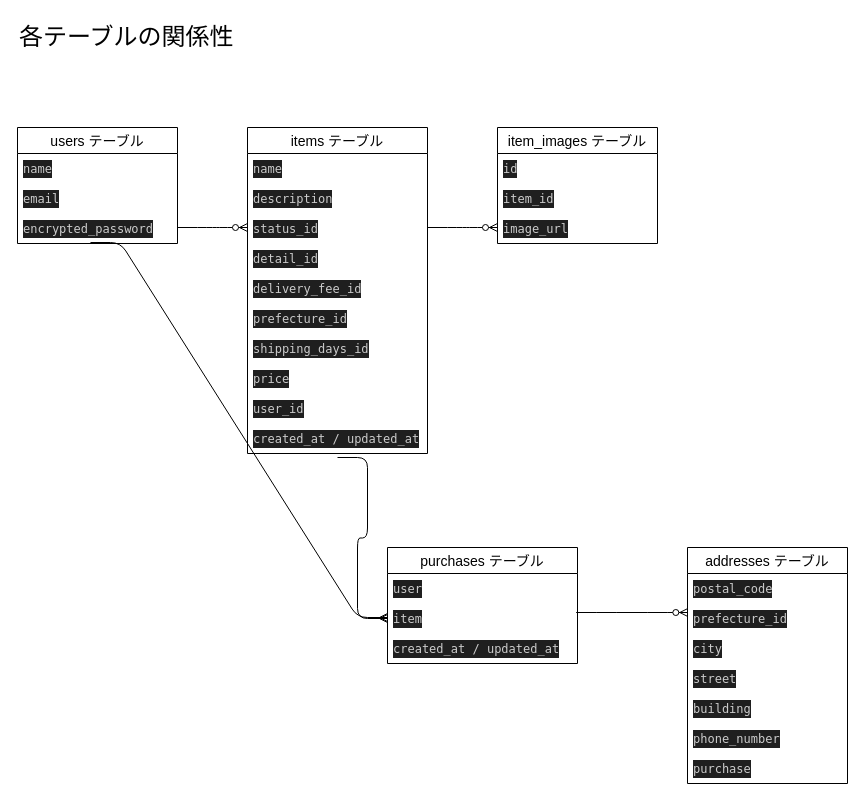
taniguuuuuuuu/furima-42543 keeps this draw.io diagram as ED.dio. Above is the earlier version. Source tidied: cells renumbered, new cells numbered last; positions are measured from the earlier drawing's top-left corner, leaving out a move shared by most shapes. Both pictures are drawn from the tidied source at 100%, with x=0, y=0 at pixel (17, 17).
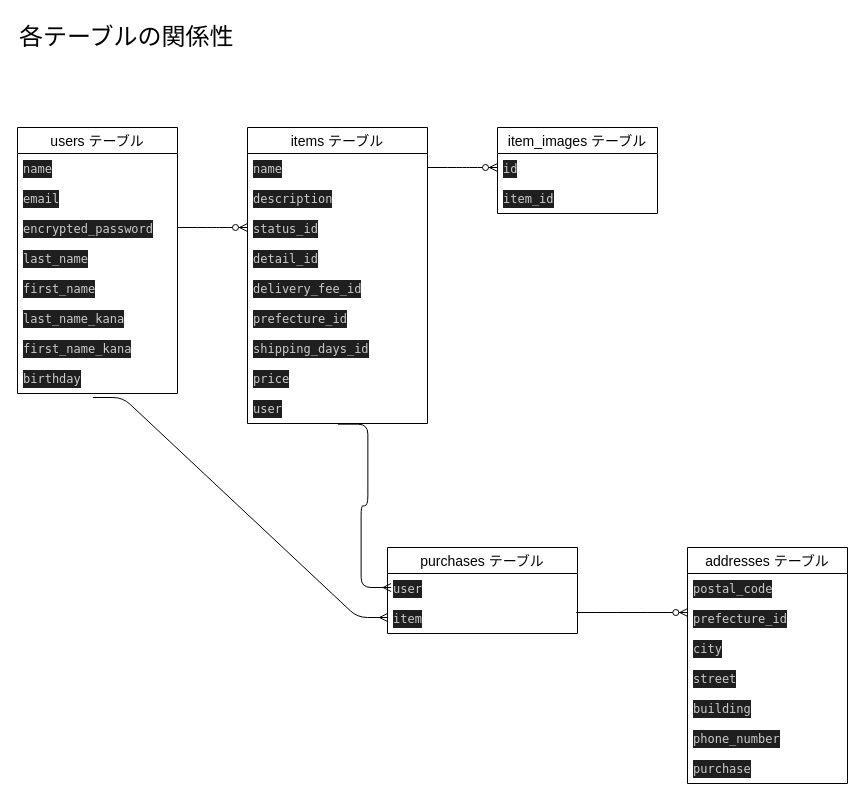
The same page after the edit.

Commit message:
データベース設計修正③

The change refers to these unchanged cells:
```xml
<mxCell id="6" value="&lt;div style=&quot;color: rgb(204, 204, 204); background-color: rgb(31, 31, 31); font-family: Menlo, Monaco, &amp;quot;Courier New&amp;quot;, monospace; line-height: 18px; white-space: pre;&quot;&gt;&lt;span style=&quot;color: #cccccc;&quot;&gt;encrypted_password&lt;/span&gt;&lt;/div&gt;" style="text;strokeColor=none;fillColor=none;spacingLeft=4;spacingRight=4;overflow=hidden;points=[[0,0.5],[1,0.5]];portConstraint=eastwest;fontSize=12;whiteSpace=wrap;html=1;" parent="3" vertex="1">
  <mxGeometry y="86" width="160" height="30" as="geometry" />
</mxCell>
<mxCell id="26" value="&lt;div style=&quot;color: rgb(204, 204, 204); background-color: rgb(31, 31, 31); font-family: Menlo, Monaco, &amp;quot;Courier New&amp;quot;, monospace; line-height: 18px; white-space: pre;&quot;&gt;&lt;div style=&quot;color: rgb(204, 204, 204); line-height: 18px;&quot;&gt;&lt;span style=&quot;color: #cccccc;&quot;&gt;user&lt;/span&gt;&lt;/div&gt;&lt;/div&gt;" style="text;strokeColor=none;fillColor=none;spacingLeft=4;spacingRight=4;overflow=hidden;points=[[0,0.5],[1,0.5]];portConstraint=eastwest;fontSize=12;whiteSpace=wrap;html=1;" parent="25" vertex="1">
  <mxGeometry y="26" width="190" height="30" as="geometry" />
</mxCell>
<mxCell id="27" value="&lt;div style=&quot;color: rgb(204, 204, 204); background-color: rgb(31, 31, 31); font-family: Menlo, Monaco, &amp;quot;Courier New&amp;quot;, monospace; line-height: 18px; white-space: pre;&quot;&gt;&lt;div style=&quot;color: rgb(204, 204, 204); line-height: 18px;&quot;&gt;&lt;span style=&quot;color: #cccccc;&quot;&gt;item&lt;/span&gt;&lt;/div&gt;&lt;/div&gt;" style="text;strokeColor=none;fillColor=none;spacingLeft=4;spacingRight=4;overflow=hidden;points=[[0,0.5],[1,0.5]];portConstraint=eastwest;fontSize=12;whiteSpace=wrap;html=1;" parent="25" vertex="1">
  <mxGeometry y="56" width="190" height="30" as="geometry" />
</mxCell>
```

Diff of the diagram source:
```diff
@@
     <mxCell id="3" value="users テーブル" style="swimlane;fontStyle=0;horizontal=1;startSize=26;align=center;fontSize=14;direction=east;" parent="1" vertex="1">
-      <mxGeometry y="110" width="160" height="116" as="geometry" />
+      <mxGeometry y="110" width="160" height="266" as="geometry" />
     </mxCell>
@@
+    <mxCell id="39" value="&lt;div style=&quot;color: rgb(204, 204, 204); background-color: rgb(31, 31, 31); font-family: Menlo, Monaco, &amp;quot;Courier New&amp;quot;, monospace; line-height: 18px; white-space: pre;&quot;&gt;&lt;span style=&quot;color: #cccccc;&quot;&gt;last_name&lt;/span&gt;&lt;/div&gt;" style="text;strokeColor=none;fillColor=none;spacingLeft=4;spacingRight=4;overflow=hidden;fontSize=12;whiteSpace=wrap;html=1;" parent="3" vertex="1">
+      <mxGeometry y="116" width="160" height="30" as="geometry" />
+    </mxCell>
+    <mxCell id="40" value="&lt;div style=&quot;color: rgb(204, 204, 204); background-color: rgb(31, 31, 31); font-family: Menlo, Monaco, &amp;quot;Courier New&amp;quot;, monospace; line-height: 18px; white-space: pre;&quot;&gt;&lt;span style=&quot;color: #cccccc;&quot;&gt;first_name&lt;/span&gt;&lt;/div&gt;" style="text;strokeColor=none;fillColor=none;spacingLeft=4;spacingRight=4;overflow=hidden;fontSize=12;whiteSpace=wrap;html=1;" parent="3" vertex="1">
+      <mxGeometry y="146" width="160" height="30" as="geometry" />
+    </mxCell>
+    <mxCell id="41" value="&lt;div style=&quot;color: rgb(204, 204, 204); background-color: rgb(31, 31, 31); font-family: Menlo, Monaco, &amp;quot;Courier New&amp;quot;, monospace; line-height: 18px; white-space: pre;&quot;&gt;&lt;span style=&quot;color: #cccccc;&quot;&gt;last_name_kana&lt;/span&gt;&lt;/div&gt;" style="text;strokeColor=none;fillColor=none;spacingLeft=4;spacingRight=4;overflow=hidden;fontSize=12;whiteSpace=wrap;html=1;" parent="3" vertex="1">
+      <mxGeometry y="176" width="160" height="30" as="geometry" />
+    </mxCell>
+    <mxCell id="42" value="&lt;div style=&quot;color: rgb(204, 204, 204); background-color: rgb(31, 31, 31); font-family: Menlo, Monaco, &amp;quot;Courier New&amp;quot;, monospace; line-height: 18px; white-space: pre;&quot;&gt;&lt;span style=&quot;color: #cccccc;&quot;&gt;first_name_kana&lt;/span&gt;&lt;/div&gt;" style="text;strokeColor=none;fillColor=none;spacingLeft=4;spacingRight=4;overflow=hidden;fontSize=12;whiteSpace=wrap;html=1;" parent="3" vertex="1">
+      <mxGeometry y="206" width="160" height="30" as="geometry" />
+    </mxCell>
+    <mxCell id="43" value="&lt;div style=&quot;color: rgb(204, 204, 204); background-color: rgb(31, 31, 31); font-family: Menlo, Monaco, &amp;quot;Courier New&amp;quot;, monospace; line-height: 18px; white-space: pre;&quot;&gt;&lt;span style=&quot;color: #cccccc;&quot;&gt;birthday&lt;/span&gt;&lt;/div&gt;" style="text;strokeColor=none;fillColor=none;spacingLeft=4;spacingRight=4;overflow=hidden;points=[[0,0.5],[1,0.5]];portConstraint=eastwest;fontSize=12;whiteSpace=wrap;html=1;" parent="3" vertex="1">
+      <mxGeometry y="236" width="160" height="30" as="geometry" />
+    </mxCell>
     <mxCell id="7" value="items テーブル" style="swimlane;fontStyle=0;horizontal=1;startSize=26;align=center;fontSize=14;" parent="1" vertex="1">
-      <mxGeometry x="230" y="110" width="180" height="326" as="geometry" />
+      <mxGeometry x="230" y="110" width="180" height="296" as="geometry" />
     </mxCell>
@@
-    <mxCell id="16" value="&lt;div style=&quot;color: rgb(204, 204, 204); background-color: rgb(31, 31, 31); font-family: Menlo, Monaco, &amp;quot;Courier New&amp;quot;, monospace; line-height: 18px; white-space: pre;&quot;&gt;&lt;span style=&quot;color: #cccccc;&quot;&gt;user_id&lt;/span&gt;&lt;/div&gt;" style="text;strokeColor=none;fillColor=none;spacingLeft=4;spacingRight=4;overflow=hidden;points=[[0,0.5],[1,0.5]];portConstraint=eastwest;fontSize=12;whiteSpace=wrap;html=1;" parent="7" vertex="1">
+    <mxCell id="16" value="&lt;div style=&quot;color: rgb(204, 204, 204); background-color: rgb(31, 31, 31); font-family: Menlo, Monaco, &amp;quot;Courier New&amp;quot;, monospace; line-height: 18px; white-space: pre;&quot;&gt;&lt;span style=&quot;color: rgb(204, 204, 204);&quot;&gt;user&lt;/span&gt;&lt;/div&gt;" style="text;strokeColor=none;fillColor=none;spacingLeft=4;spacingRight=4;overflow=hidden;points=[[0,0.5],[1,0.5]];portConstraint=eastwest;fontSize=12;whiteSpace=wrap;html=1;" parent="7" vertex="1">
       <mxGeometry y="266" width="180" height="30" as="geometry" />
     </mxCell>
-    <mxCell id="17" value="&lt;div style=&quot;color: rgb(204, 204, 204); background-color: rgb(31, 31, 31); font-family: Menlo, Monaco, &amp;quot;Courier New&amp;quot;, monospace; line-height: 18px; white-space: pre;&quot;&gt;&lt;span style=&quot;color: #cccccc;&quot;&gt;created_at / updated_at&lt;/span&gt;&lt;/div&gt;" style="text;strokeColor=none;fillColor=none;spacingLeft=4;spacingRight=4;overflow=hidden;fontSize=12;whiteSpace=wrap;html=1;" parent="7" vertex="1">
-      <mxGeometry y="296" width="180" height="30" as="geometry" />
-    </mxCell>
@@
     <mxCell id="19" value="item_images テーブル" style="swimlane;fontStyle=0;horizontal=1;startSize=26;align=center;fontSize=14;" parent="1" vertex="1">
-      <mxGeometry x="480" y="110" width="160" height="116" as="geometry" />
+      <mxGeometry x="480" y="110" width="160" height="86" as="geometry" />
     </mxCell>
@@
-    <mxCell id="22" value="&lt;div style=&quot;color: rgb(204, 204, 204); background-color: rgb(31, 31, 31); font-family: Menlo, Monaco, &amp;quot;Courier New&amp;quot;, monospace; line-height: 18px; white-space: pre;&quot;&gt;&lt;span style=&quot;color: #cccccc;&quot;&gt;image_url&lt;/span&gt;&lt;/div&gt;" style="text;strokeColor=none;fillColor=none;spacingLeft=4;spacingRight=4;overflow=hidden;fontSize=12;whiteSpace=wrap;html=1;" parent="19" vertex="1">
-      <mxGeometry y="86" width="160" height="30" as="geometry" />
-    </mxCell>
     <mxCell id="23" style="edgeStyle=entityRelationEdgeStyle;fontSize=12;html=1;endArrow=ERzeroToMany;endFill=1;" parent="1" edge="1">
       <mxGeometry relative="1" as="geometry">
-        <mxPoint x="410" y="210" as="sourcePoint" />
-        <mxPoint x="480" y="210" as="targetPoint" />
+        <mxPoint x="410" y="150" as="sourcePoint" />
+        <mxPoint x="480" y="150" as="targetPoint" />
         <Array as="points">
-          <mxPoint x="470" y="200" />
-          <mxPoint x="460" y="180" />
+          <mxPoint x="470" y="140" />
+          <mxPoint x="460" y="120" />
         </Array>
       </mxGeometry>
     </mxCell>
-    <mxCell id="24" style="edgeStyle=entityRelationEdgeStyle;fontSize=12;html=1;endArrow=ERmany;exitX=0.456;exitY=0.967;exitDx=0;exitDy=0;exitPerimeter=0;" parent="1" edge="1" source="6">
+    <mxCell id="24" style="edgeStyle=entityRelationEdgeStyle;fontSize=12;html=1;endArrow=ERmany;exitX=0.471;exitY=1.133;exitDx=0;exitDy=0;exitPerimeter=0;" parent="1" edge="1" source="43">
       <mxGeometry relative="1" as="geometry">
         <mxPoint x="370" y="600" as="targetPoint" />
         <Array as="points">
           <mxPoint x="80" y="260" />
           <mxPoint x="80" y="270" />
           <mxPoint x="330" y="600" />
           <mxPoint x="80" y="340" />
           <mxPoint x="80" y="260" />
         </Array>
       </mxGeometry>
     </mxCell>
     <mxCell id="25" value="purchases テーブル" style="swimlane;fontStyle=0;horizontal=1;startSize=26;align=center;fontSize=14;direction=east;" parent="1" vertex="1">
-      <mxGeometry x="370" y="530" width="190" height="116" as="geometry" />
+      <mxGeometry x="370" y="530" width="190" height="86" as="geometry" />
     </mxCell>
@@
-    <mxCell id="28" value="&lt;div style=&quot;color: rgb(204, 204, 204); background-color: rgb(31, 31, 31); font-family: Menlo, Monaco, &amp;quot;Courier New&amp;quot;, monospace; line-height: 18px; white-space: pre;&quot;&gt;&lt;div style=&quot;color: rgb(204, 204, 204); line-height: 18px;&quot;&gt;&lt;span style=&quot;color: #cccccc;&quot;&gt;created_at / updated_at&lt;/span&gt;&lt;/div&gt;&lt;/div&gt;" style="text;strokeColor=none;fillColor=none;spacingLeft=4;spacingRight=4;overflow=hidden;fontSize=12;whiteSpace=wrap;html=1;" parent="25" vertex="1">
-      <mxGeometry y="86" width="190" height="30" as="geometry" />
-    </mxCell>
-    <mxCell id="29" style="edgeStyle=entityRelationEdgeStyle;fontSize=12;html=1;endArrow=ERmany;" parent="1" edge="1" target="27">
+    <mxCell id="29" style="edgeStyle=entityRelationEdgeStyle;fontSize=12;html=1;endArrow=ERmany;exitX=0.502;exitY=1.022;exitDx=0;exitDy=0;exitPerimeter=0;entryX=0.019;entryY=0.467;entryDx=0;entryDy=0;entryPerimeter=0;" parent="1" edge="1" source="16" target="26">
       <mxGeometry relative="1" as="geometry">
-        <mxPoint x="320" y="440" as="sourcePoint" />
         <Array as="points">
           <mxPoint x="320" y="430" />
           <mxPoint x="430" y="439" />
           <mxPoint x="397" y="265" />
           <mxPoint x="460" y="560" />
+          <mxPoint x="360" y="560" />
           <mxPoint x="500" y="510" />
           <mxPoint x="440" y="470" />
           <mxPoint x="310" y="480" />
           <mxPoint x="520" y="490" />
           <mxPoint x="397" y="275" />
           <mxPoint x="397" y="345" />
           <mxPoint x="397" y="265" />
         </Array>
       </mxGeometry>
     </mxCell>
```
